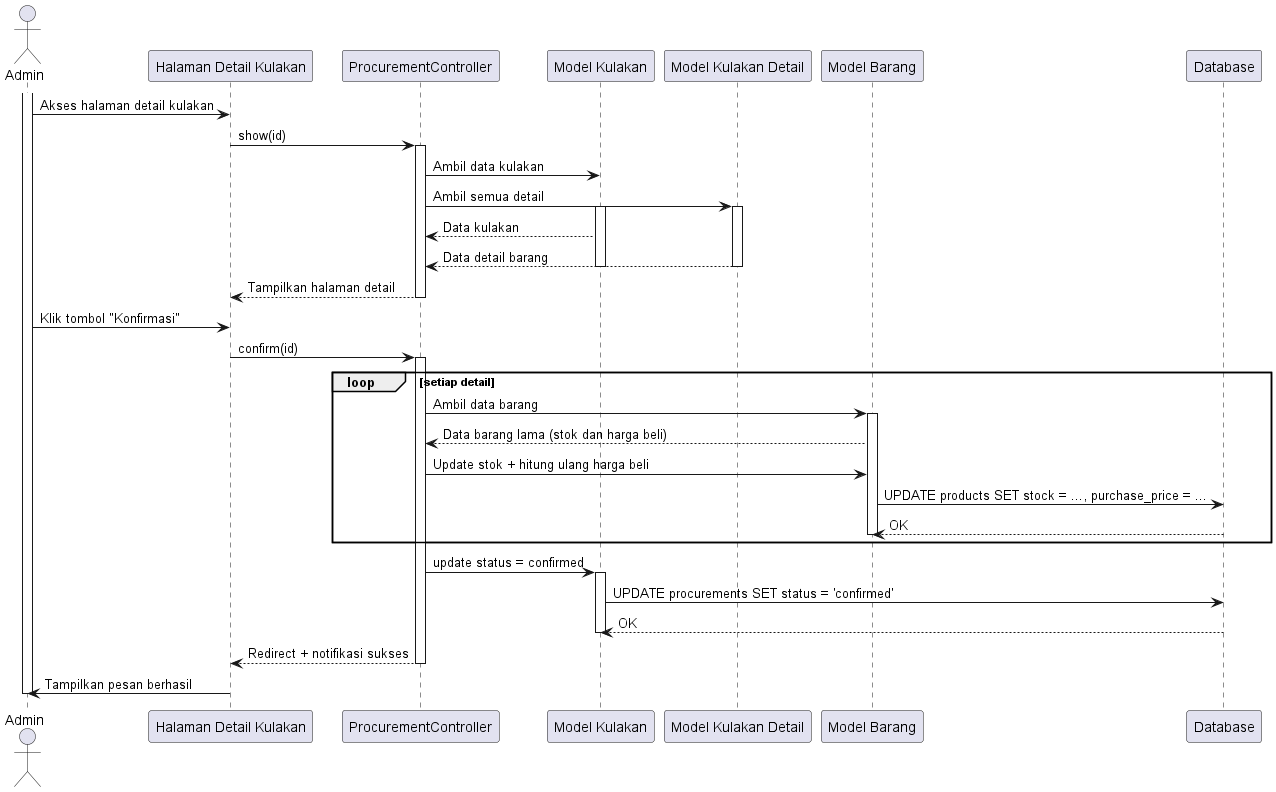
tengahcang/UML_TA keeps this PlantUML diagram as out/sequence diagram/kulakan/mengkonfirmasi_kulakan/mengkonfirmasi_kulakan.png. Above is the earlier version. Its diagram source:
```plantuml
@startuml
actor Admin

participant "Halaman Detail Kulakan" as DetailPage
participant "ProcurementController" as Controller
participant "Model Kulakan" as ProcurementModel
participant "Model Kulakan Detail" as ProcurementDetailsModel
participant "Model Barang" as ProductModel
participant "Database" as DB

activate Admin
Admin -> DetailPage: Akses halaman detail kulakan
DetailPage -> Controller: show(id)
activate Controller
Controller -> ProcurementModel: Ambil data kulakan
Controller -> ProcurementDetailsModel: Ambil semua detail
activate ProcurementModel
activate ProcurementDetailsModel
ProcurementModel --> Controller: Data kulakan
ProcurementDetailsModel --> Controller: Data detail barang
deactivate ProcurementModel
deactivate ProcurementDetailsModel
Controller --> DetailPage: Tampilkan halaman detail
deactivate Controller

Admin -> DetailPage: Klik tombol "Konfirmasi"
DetailPage -> Controller: confirm(id)
activate Controller

loop setiap detail
    Controller -> ProductModel: Ambil data barang
    activate ProductModel
    ProductModel --> Controller: Data barang lama (stok dan harga beli)

    Controller -> ProductModel: Update stok + hitung ulang harga beli
    ProductModel -> DB: UPDATE products SET stock = ..., purchase_price = ...
    DB --> ProductModel: OK
    deactivate ProductModel
end loop

Controller -> ProcurementModel: update status = confirmed
activate ProcurementModel
ProcurementModel -> DB: UPDATE procurements SET status = 'confirmed'
DB --> ProcurementModel: OK
deactivate ProcurementModel

Controller --> DetailPage: Redirect + notifikasi sukses
deactivate Controller
DetailPage -> Admin: Tampilkan pesan berhasil
deactivate Admin

@enduml
```
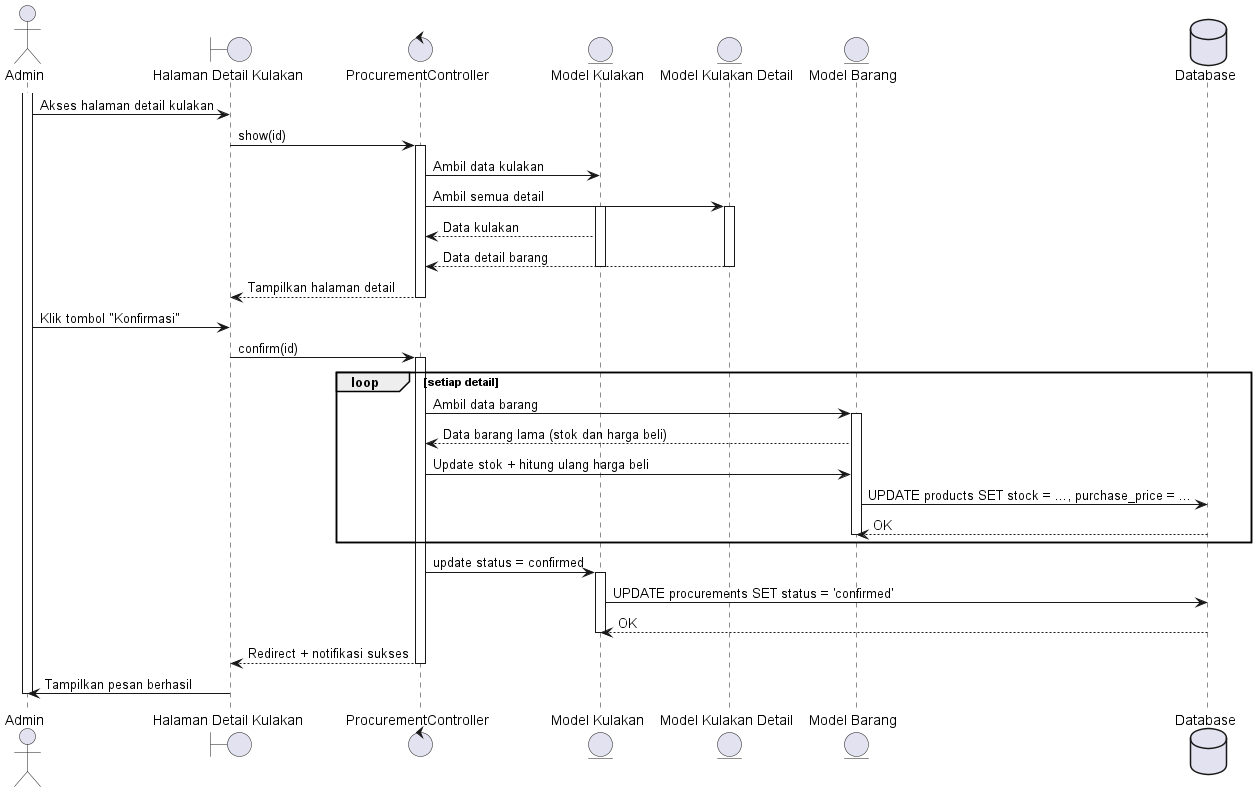
Later version of the same file.

The edit, as a diff of the source:
```diff
@@ -1,12 +1,12 @@
 @startuml
 actor Admin
 
-participant "Halaman Detail Kulakan" as DetailPage
-participant "ProcurementController" as Controller
-participant "Model Kulakan" as ProcurementModel
-participant "Model Kulakan Detail" as ProcurementDetailsModel
-participant "Model Barang" as ProductModel
-participant "Database" as DB
+boundary "Halaman Detail Kulakan" as DetailPage
+control "ProcurementController" as Controller
+entity "Model Kulakan" as ProcurementModel
+entity "Model Kulakan Detail" as ProcurementDetailsModel
+entity "Model Barang" as ProductModel
+database "Database" as DB
 
 activate Admin
 Admin -> DetailPage: Akses halaman detail kulakan
```
